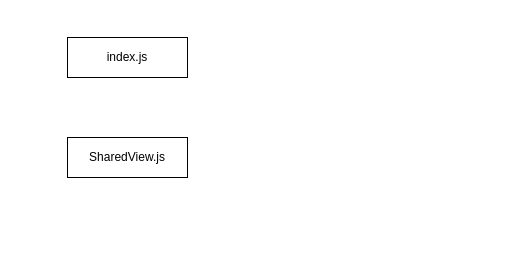
This is Multistep Form.drawio from vanvemden/diagrams, a draw.io file, before an edit. Source tidied: cells renumbered, new cells numbered last; positions are measured from the earlier drawing's top-left corner, leaving out a move shared by most shapes. Both pictures are drawn from the tidied source at 100%, with x=0, y=0 at pixel (67, 37).
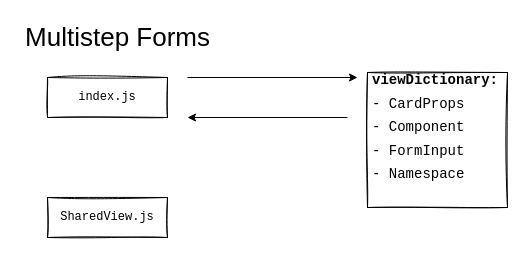
Above is the later version.

Change to the diagram source:
```diff
@@
 <mxGraphModel>
   <root>
     <mxCell id="0" />
     <mxCell id="1" parent="0" />
-    <mxCell id="2" value="index.js" style="rounded=0;whiteSpace=wrap;html=1;" parent="1" vertex="1">
-      <mxGeometry width="120" height="40" as="geometry" />
+    <mxCell id="2" value="&lt;pre&gt;index.js&lt;/pre&gt;" style="whiteSpace=wrap;html=1;sketch=1;" parent="1" vertex="1">
+      <mxGeometry x="-20" y="40" width="120" height="40" as="geometry" />
     </mxCell>
-    <mxCell id="3" value="SharedView.js" style="rounded=0;whiteSpace=wrap;html=1;" parent="1" vertex="1">
-      <mxGeometry y="100" width="120" height="40" as="geometry" />
+    <mxCell id="3" value="&lt;pre&gt;SharedView.js&lt;/pre&gt;" style="whiteSpace=wrap;html=1;sketch=1;" parent="1" vertex="1">
+      <mxGeometry x="-20" y="160" width="120" height="40" as="geometry" />
     </mxCell>
+    <mxCell id="4" value="Multistep Forms" style="text;html=1;align=center;verticalAlign=middle;fillColor=none;strokeColor=none;rounded=0;sketch=1;fontSize=26;" parent="1" vertex="1">
+      <mxGeometry x="-50" y="-20" width="200" height="40" as="geometry" />
+    </mxCell>
+    <mxCell id="5" value="&lt;pre style=&quot;line-height: 90%&quot;&gt;&lt;font style=&quot;font-size: 14px ; line-height: 70%&quot;&gt;&lt;b&gt;viewDictionary:&lt;br&gt;&lt;/b&gt;&lt;/font&gt;&lt;font style=&quot;font-size: 14px ; line-height: 70%&quot;&gt;- CardProps&lt;br&gt;&lt;/font&gt;&lt;font style=&quot;font-size: 14px ; line-height: 70%&quot;&gt;- Component&lt;br&gt;&lt;/font&gt;&lt;font style=&quot;font-size: 14px ; line-height: 70%&quot;&gt;- FormInput&lt;br&gt;&lt;/font&gt;&lt;font style=&quot;font-size: 14px ; line-height: 70%&quot;&gt;- Namespace&lt;/font&gt;&lt;/pre&gt;&lt;font style=&quot;font-size: 14px ; line-height: 70%&quot;&gt;&lt;br&gt;&lt;/font&gt;" style="html=1;sketch=1;fontSize=26;align=left;spacingLeft=3;" parent="1" vertex="1">
+      <mxGeometry x="300" y="35" width="140" height="135" as="geometry" />
+    </mxCell>
+    <mxCell id="6" style="endArrow=classic;html=1;fontSize=26;" parent="1" edge="1">
+      <mxGeometry relative="1" as="geometry">
+        <mxPoint x="280" y="80" as="sourcePoint" />
+        <mxPoint x="120" y="80" as="targetPoint" />
+      </mxGeometry>
+    </mxCell>
+    <mxCell id="7" style="endArrow=classic;html=1;fontSize=26;" parent="1" edge="1">
+      <mxGeometry relative="1" as="geometry">
+        <mxPoint x="120" y="40" as="sourcePoint" />
+        <mxPoint x="290" y="40" as="targetPoint" />
+      </mxGeometry>
+    </mxCell>
   </root>
 </mxGraphModel>
```
